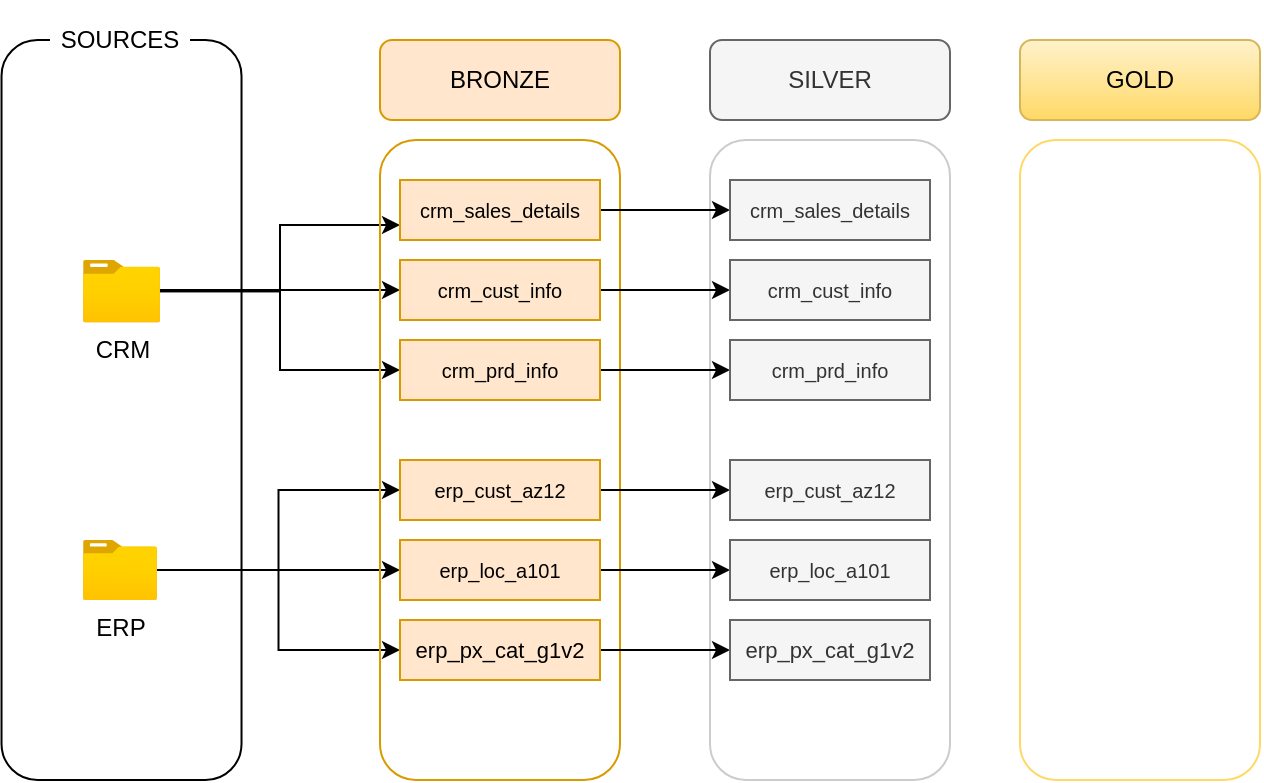
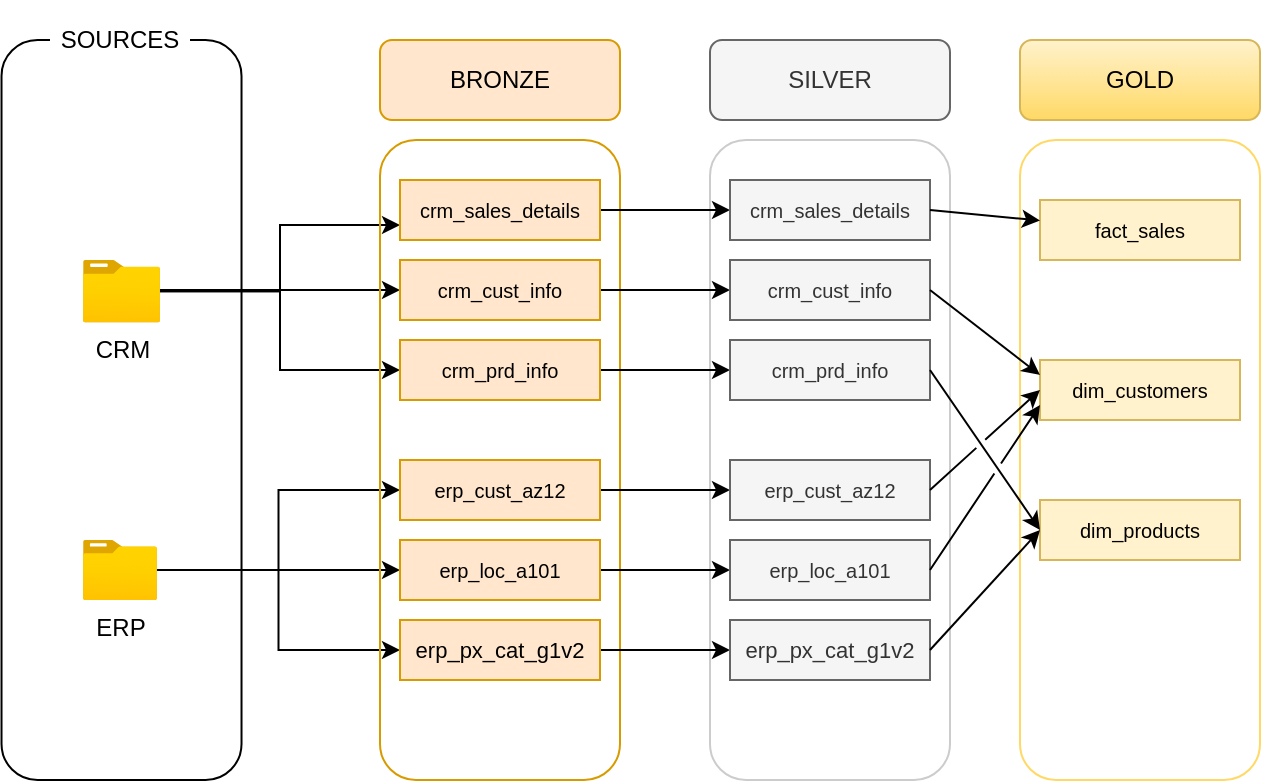
<mxfile host="app.diagrams.net">
  <diagram name="Page-1" id="FQAitrD9whs4-vIKLa4Y">
-     <mxGraphModel dx="858" dy="468" grid="1" gridSize="10" guides="1" tooltips="1" connect="1" arrows="1" fold="1" page="1" pageScale="1" pageWidth="850" pageHeight="1100" math="0" shadow="0">
+     <mxGraphModel dx="1030" dy="562" grid="1" gridSize="10" guides="1" tooltips="1" connect="1" arrows="1" fold="1" page="1" pageScale="1" pageWidth="850" pageHeight="1100" math="0" shadow="0">
      <root>
        <mxCell id="0" />
        <mxCell id="1" parent="0" />
        <mxCell id="8a7gbprku-J1HkdxZgn7-1" parent="1" style="rounded=1;whiteSpace=wrap;html=1;fillColor=none;gradientColor=none;" value="" vertex="1">
          <mxGeometry height="370" width="120" x="70.76" y="170" as="geometry" />
        </mxCell>
        <mxCell id="8a7gbprku-J1HkdxZgn7-2" parent="1" style="rounded=0;whiteSpace=wrap;html=1;strokeColor=none;fillColor=default;" value="SOURCES" vertex="1">
          <mxGeometry height="40" width="70" x="95" y="150" as="geometry" />
        </mxCell>
        <mxCell id="8a7gbprku-J1HkdxZgn7-19" edge="1" parent="1" source="8a7gbprku-J1HkdxZgn7-4" style="edgeStyle=orthogonalEdgeStyle;rounded=0;orthogonalLoop=1;jettySize=auto;html=1;entryX=0;entryY=0.5;entryDx=0;entryDy=0;" target="8a7gbprku-J1HkdxZgn7-14">
          <mxGeometry relative="1" as="geometry">
            <Array as="points">
              <mxPoint x="210" y="296" />
            </Array>
          </mxGeometry>
        </mxCell>
        <mxCell id="8a7gbprku-J1HkdxZgn7-20" edge="1" parent="1" source="8a7gbprku-J1HkdxZgn7-4" style="edgeStyle=orthogonalEdgeStyle;rounded=0;orthogonalLoop=1;jettySize=auto;html=1;entryX=0;entryY=0.75;entryDx=0;entryDy=0;" target="8a7gbprku-J1HkdxZgn7-13">
          <mxGeometry relative="1" as="geometry" />
        </mxCell>
        <mxCell id="8a7gbprku-J1HkdxZgn7-21" edge="1" parent="1" source="8a7gbprku-J1HkdxZgn7-4" style="edgeStyle=orthogonalEdgeStyle;rounded=0;orthogonalLoop=1;jettySize=auto;html=1;entryX=0;entryY=0.5;entryDx=0;entryDy=0;" target="8a7gbprku-J1HkdxZgn7-15">
          <mxGeometry relative="1" as="geometry" />
        </mxCell>
        <mxCell id="8a7gbprku-J1HkdxZgn7-4" parent="1" style="image;aspect=fixed;html=1;points=[];align=center;fontSize=12;image=img/lib/azure2/general/Folder_Blank.svg;" value="CRM" vertex="1">
          <mxGeometry height="31.23" width="38.48" x="111.52" y="280" as="geometry" />
        </mxCell>
        <mxCell id="8a7gbprku-J1HkdxZgn7-25" edge="1" parent="1" source="8a7gbprku-J1HkdxZgn7-5" style="edgeStyle=orthogonalEdgeStyle;rounded=0;orthogonalLoop=1;jettySize=auto;html=1;entryX=0;entryY=0.5;entryDx=0;entryDy=0;" target="8a7gbprku-J1HkdxZgn7-17">
          <mxGeometry relative="1" as="geometry" />
        </mxCell>
        <mxCell id="8a7gbprku-J1HkdxZgn7-26" edge="1" parent="1" source="8a7gbprku-J1HkdxZgn7-5" style="edgeStyle=orthogonalEdgeStyle;rounded=0;orthogonalLoop=1;jettySize=auto;html=1;entryX=0;entryY=0.5;entryDx=0;entryDy=0;" target="8a7gbprku-J1HkdxZgn7-16">
          <mxGeometry relative="1" as="geometry" />
        </mxCell>
        <mxCell id="8a7gbprku-J1HkdxZgn7-28" edge="1" parent="1" source="8a7gbprku-J1HkdxZgn7-5" style="edgeStyle=orthogonalEdgeStyle;rounded=0;orthogonalLoop=1;jettySize=auto;html=1;entryX=0;entryY=0.5;entryDx=0;entryDy=0;" target="8a7gbprku-J1HkdxZgn7-18">
          <mxGeometry relative="1" as="geometry" />
        </mxCell>
        <mxCell id="8a7gbprku-J1HkdxZgn7-5" parent="1" style="image;aspect=fixed;html=1;points=[];align=center;fontSize=12;image=img/lib/azure2/general/Folder_Blank.svg;" value="ERP" vertex="1">
          <mxGeometry height="30" width="36.96" x="111.52" y="420" as="geometry" />
        </mxCell>
        <mxCell id="8a7gbprku-J1HkdxZgn7-6" parent="1" style="rounded=1;whiteSpace=wrap;html=1;fillColor=none;strokeColor=#d79b00;" value="" vertex="1">
          <mxGeometry height="320" width="120" x="260" y="220" as="geometry" />
        </mxCell>
        <mxCell id="8a7gbprku-J1HkdxZgn7-8" parent="1" style="rounded=1;whiteSpace=wrap;html=1;fillColor=#ffe6cc;strokeColor=#d79b00;" value="BRONZE" vertex="1">
          <mxGeometry height="40" width="120" x="260" y="170" as="geometry" />
        </mxCell>
        <mxCell id="8a7gbprku-J1HkdxZgn7-9" parent="1" style="rounded=1;whiteSpace=wrap;html=1;fillColor=none;strokeColor=#CCCCCC;" value="" vertex="1">
          <mxGeometry height="320" width="120" x="425" y="220" as="geometry" />
        </mxCell>
        <mxCell id="8a7gbprku-J1HkdxZgn7-10" parent="1" style="rounded=1;whiteSpace=wrap;html=1;fillColor=#f5f5f5;strokeColor=#666666;fontColor=#333333;" value="SILVER" vertex="1">
          <mxGeometry height="40" width="120" x="425" y="170" as="geometry" />
        </mxCell>
        <mxCell id="8a7gbprku-J1HkdxZgn7-11" parent="1" style="rounded=1;whiteSpace=wrap;html=1;fillColor=none;strokeColor=#FFD966;" value="" vertex="1">
          <mxGeometry height="320" width="120" x="580" y="220" as="geometry" />
        </mxCell>
        <mxCell id="8a7gbprku-J1HkdxZgn7-12" parent="1" style="rounded=1;whiteSpace=wrap;html=1;fillColor=#fff2cc;strokeColor=#d6b656;gradientColor=#ffd966;" value="GOLD" vertex="1">
          <mxGeometry height="40" width="120" x="580" y="170" as="geometry" />
        </mxCell>
        <mxCell id="5b0is93rtEn5pvU01NwO-7" edge="1" parent="1" source="8a7gbprku-J1HkdxZgn7-13" style="edgeStyle=orthogonalEdgeStyle;rounded=0;orthogonalLoop=1;jettySize=auto;html=1;entryX=0;entryY=0.5;entryDx=0;entryDy=0;" target="5b0is93rtEn5pvU01NwO-1">
          <mxGeometry relative="1" as="geometry" />
        </mxCell>
        <mxCell id="8a7gbprku-J1HkdxZgn7-13" parent="1" style="rounded=0;whiteSpace=wrap;html=1;fillColor=#ffe6cc;strokeColor=#d79b00;" value="&lt;font style=&quot;font-size: 10px;&quot;&gt;crm_sales_details&lt;/font&gt;" vertex="1">
          <mxGeometry height="30" width="100" x="270" y="240" as="geometry" />
        </mxCell>
        <mxCell id="5b0is93rtEn5pvU01NwO-8" edge="1" parent="1" source="8a7gbprku-J1HkdxZgn7-14" style="edgeStyle=orthogonalEdgeStyle;rounded=0;orthogonalLoop=1;jettySize=auto;html=1;entryX=0;entryY=0.5;entryDx=0;entryDy=0;" target="5b0is93rtEn5pvU01NwO-2">
          <mxGeometry relative="1" as="geometry" />
        </mxCell>
        <mxCell id="8a7gbprku-J1HkdxZgn7-14" parent="1" style="rounded=0;whiteSpace=wrap;html=1;fillColor=#ffe6cc;strokeColor=#d79b00;" value="&lt;font style=&quot;font-size: 10px;&quot;&gt;crm_cust_info&lt;/font&gt;" vertex="1">
          <mxGeometry height="30" width="100" x="270" y="280" as="geometry" />
        </mxCell>
        <mxCell id="5b0is93rtEn5pvU01NwO-9" edge="1" parent="1" source="8a7gbprku-J1HkdxZgn7-15" style="edgeStyle=orthogonalEdgeStyle;rounded=0;orthogonalLoop=1;jettySize=auto;html=1;entryX=0;entryY=0.5;entryDx=0;entryDy=0;" target="5b0is93rtEn5pvU01NwO-3">
          <mxGeometry relative="1" as="geometry" />
        </mxCell>
        <mxCell id="8a7gbprku-J1HkdxZgn7-15" parent="1" style="rounded=0;whiteSpace=wrap;html=1;fillColor=#ffe6cc;strokeColor=#d79b00;" value="&lt;font style=&quot;font-size: 10px;&quot;&gt;crm_prd_info&lt;/font&gt;" vertex="1">
          <mxGeometry height="30" width="100" x="270" y="320" as="geometry" />
        </mxCell>
        <mxCell id="5b0is93rtEn5pvU01NwO-10" edge="1" parent="1" source="8a7gbprku-J1HkdxZgn7-16" style="edgeStyle=orthogonalEdgeStyle;rounded=0;orthogonalLoop=1;jettySize=auto;html=1;entryX=0;entryY=0.5;entryDx=0;entryDy=0;" target="5b0is93rtEn5pvU01NwO-4">
          <mxGeometry relative="1" as="geometry" />
        </mxCell>
        <mxCell id="8a7gbprku-J1HkdxZgn7-16" parent="1" style="rounded=0;whiteSpace=wrap;html=1;fillColor=#ffe6cc;strokeColor=#d79b00;" value="&lt;font style=&quot;font-size: 10px;&quot;&gt;erp_cust_az12&lt;/font&gt;" vertex="1">
          <mxGeometry height="30" width="100" x="270" y="380" as="geometry" />
        </mxCell>
        <mxCell id="5b0is93rtEn5pvU01NwO-11" edge="1" parent="1" source="8a7gbprku-J1HkdxZgn7-17" style="edgeStyle=orthogonalEdgeStyle;rounded=0;orthogonalLoop=1;jettySize=auto;html=1;entryX=0;entryY=0.5;entryDx=0;entryDy=0;" target="5b0is93rtEn5pvU01NwO-5">
          <mxGeometry relative="1" as="geometry" />
        </mxCell>
        <mxCell id="8a7gbprku-J1HkdxZgn7-17" parent="1" style="rounded=0;whiteSpace=wrap;html=1;fillColor=#ffe6cc;strokeColor=#d79b00;" value="&lt;font style=&quot;font-size: 10px;&quot;&gt;erp_loc_a101&lt;/font&gt;" vertex="1">
          <mxGeometry height="30" width="100" x="270" y="420" as="geometry" />
        </mxCell>
        <mxCell id="5b0is93rtEn5pvU01NwO-12" edge="1" parent="1" source="8a7gbprku-J1HkdxZgn7-18" style="edgeStyle=orthogonalEdgeStyle;rounded=0;orthogonalLoop=1;jettySize=auto;html=1;entryX=0;entryY=0.5;entryDx=0;entryDy=0;" target="5b0is93rtEn5pvU01NwO-6">
          <mxGeometry relative="1" as="geometry" />
        </mxCell>
        <mxCell id="8a7gbprku-J1HkdxZgn7-18" parent="1" style="rounded=0;whiteSpace=wrap;html=1;fillColor=#ffe6cc;strokeColor=#d79b00;" value="&lt;font style=&quot;font-size: 11px;&quot;&gt;erp_px_cat_g1v2&lt;/font&gt;" vertex="1">
          <mxGeometry height="30" width="100" x="270" y="460" as="geometry" />
        </mxCell>
        <mxCell id="5b0is93rtEn5pvU01NwO-1" parent="1" style="rounded=0;whiteSpace=wrap;html=1;fillColor=#f5f5f5;strokeColor=#666666;fontColor=#333333;" value="&lt;font style=&quot;font-size: 10px;&quot;&gt;crm_sales_details&lt;/font&gt;" vertex="1">
          <mxGeometry height="30" width="100" x="435" y="240" as="geometry" />
        </mxCell>
        <mxCell id="5b0is93rtEn5pvU01NwO-2" parent="1" style="rounded=0;whiteSpace=wrap;html=1;fillColor=#f5f5f5;strokeColor=#666666;fontColor=#333333;" value="&lt;font style=&quot;font-size: 10px;&quot;&gt;crm_cust_info&lt;/font&gt;" vertex="1">
          <mxGeometry height="30" width="100" x="435" y="280" as="geometry" />
        </mxCell>
        <mxCell id="5b0is93rtEn5pvU01NwO-3" parent="1" style="rounded=0;whiteSpace=wrap;html=1;fillColor=#f5f5f5;strokeColor=#666666;fontColor=#333333;" value="&lt;font style=&quot;font-size: 10px;&quot;&gt;crm_prd_info&lt;/font&gt;" vertex="1">
          <mxGeometry height="30" width="100" x="435" y="320" as="geometry" />
        </mxCell>
        <mxCell id="5b0is93rtEn5pvU01NwO-4" parent="1" style="rounded=0;whiteSpace=wrap;html=1;fillColor=#f5f5f5;strokeColor=#666666;fontColor=#333333;" value="&lt;font style=&quot;font-size: 10px;&quot;&gt;erp_cust_az12&lt;/font&gt;" vertex="1">
          <mxGeometry height="30" width="100" x="435" y="380" as="geometry" />
        </mxCell>
        <mxCell id="5b0is93rtEn5pvU01NwO-5" parent="1" style="rounded=0;whiteSpace=wrap;html=1;fillColor=#f5f5f5;strokeColor=#666666;fontColor=#333333;" value="&lt;font style=&quot;font-size: 10px;&quot;&gt;erp_loc_a101&lt;/font&gt;" vertex="1">
          <mxGeometry height="30" width="100" x="435" y="420" as="geometry" />
        </mxCell>
        <mxCell id="5b0is93rtEn5pvU01NwO-6" parent="1" style="rounded=0;whiteSpace=wrap;html=1;fillColor=#f5f5f5;strokeColor=#666666;fontColor=#333333;" value="&lt;font style=&quot;font-size: 11px;&quot;&gt;erp_px_cat_g1v2&lt;/font&gt;" vertex="1">
          <mxGeometry height="30" width="100" x="435" y="460" as="geometry" />
        </mxCell>
+         <mxCell id="X5Ljwlm64KPHeOvIAKn1-1" parent="1" style="rounded=0;whiteSpace=wrap;html=1;fillColor=#fff2cc;strokeColor=#d6b656;" value="&lt;font style=&quot;font-size: 10px;&quot;&gt;fact_sales&lt;/font&gt;" vertex="1">
+           <mxGeometry height="30" width="100" x="590" y="250" as="geometry" />
+         </mxCell>
+         <mxCell id="X5Ljwlm64KPHeOvIAKn1-2" parent="1" style="rounded=0;whiteSpace=wrap;html=1;fillColor=#fff2cc;strokeColor=#d6b656;" value="&lt;font style=&quot;font-size: 10px;&quot;&gt;dim_customers&lt;/font&gt;" vertex="1">
+           <mxGeometry height="30" width="100" x="590" y="330" as="geometry" />
+         </mxCell>
+         <mxCell id="X5Ljwlm64KPHeOvIAKn1-3" parent="1" style="rounded=0;whiteSpace=wrap;html=1;fillColor=#fff2cc;strokeColor=#d6b656;" value="&lt;font style=&quot;font-size: 10px;&quot;&gt;dim_products&lt;/font&gt;" vertex="1">
+           <mxGeometry height="30" width="100" x="590" y="400" as="geometry" />
+         </mxCell>
+         <mxCell id="X5Ljwlm64KPHeOvIAKn1-4" edge="1" parent="1" source="5b0is93rtEn5pvU01NwO-1" style="endArrow=classic;html=1;rounded=0;exitX=1;exitY=0.5;exitDx=0;exitDy=0;jumpStyle=gap;" target="X5Ljwlm64KPHeOvIAKn1-1" value="">
+           <mxGeometry height="50" relative="1" width="50" as="geometry">
+             <mxPoint x="400" y="320" as="sourcePoint" />
+             <mxPoint x="450" y="270" as="targetPoint" />
+           </mxGeometry>
+         </mxCell>
+         <mxCell id="X5Ljwlm64KPHeOvIAKn1-5" edge="1" parent="1" source="5b0is93rtEn5pvU01NwO-2" style="endArrow=classic;html=1;rounded=0;exitX=1;exitY=0.5;exitDx=0;exitDy=0;entryX=0;entryY=0.25;entryDx=0;entryDy=0;jumpStyle=gap;" target="X5Ljwlm64KPHeOvIAKn1-2" value="">
+           <mxGeometry height="50" relative="1" width="50" as="geometry">
+             <mxPoint x="560" y="300" as="sourcePoint" />
+             <mxPoint x="615" y="305" as="targetPoint" />
+           </mxGeometry>
+         </mxCell>
+         <mxCell id="X5Ljwlm64KPHeOvIAKn1-6" edge="1" parent="1" source="5b0is93rtEn5pvU01NwO-3" style="endArrow=classic;html=1;rounded=0;exitX=1;exitY=0.5;exitDx=0;exitDy=0;entryX=0;entryY=0.5;entryDx=0;entryDy=0;jumpStyle=gap;" target="X5Ljwlm64KPHeOvIAKn1-3" value="">
+           <mxGeometry height="50" relative="1" width="50" as="geometry">
+             <mxPoint x="560" y="350" as="sourcePoint" />
+             <mxPoint x="615" y="393" as="targetPoint" />
+           </mxGeometry>
+         </mxCell>
+         <mxCell id="X5Ljwlm64KPHeOvIAKn1-7" edge="1" parent="1" source="5b0is93rtEn5pvU01NwO-4" style="endArrow=classic;html=1;rounded=0;exitX=1;exitY=0.5;exitDx=0;exitDy=0;entryX=0;entryY=0.5;entryDx=0;entryDy=0;jumpStyle=gap;" target="X5Ljwlm64KPHeOvIAKn1-2" value="">
+           <mxGeometry height="50" relative="1" width="50" as="geometry">
+             <mxPoint x="550" y="400" as="sourcePoint" />
+             <mxPoint x="605" y="443" as="targetPoint" />
+           </mxGeometry>
+         </mxCell>
+         <mxCell id="X5Ljwlm64KPHeOvIAKn1-8" edge="1" parent="1" source="5b0is93rtEn5pvU01NwO-5" style="endArrow=classic;html=1;rounded=0;exitX=1;exitY=0.5;exitDx=0;exitDy=0;entryX=0;entryY=0.75;entryDx=0;entryDy=0;jumpStyle=gap;" target="X5Ljwlm64KPHeOvIAKn1-2" value="">
+           <mxGeometry height="50" relative="1" width="50" as="geometry">
+             <mxPoint x="560" y="430" as="sourcePoint" />
+             <mxPoint x="615" y="473" as="targetPoint" />
+           </mxGeometry>
+         </mxCell>
+         <mxCell id="X5Ljwlm64KPHeOvIAKn1-9" edge="1" parent="1" source="5b0is93rtEn5pvU01NwO-6" style="endArrow=classic;html=1;rounded=0;exitX=1;exitY=0.5;exitDx=0;exitDy=0;entryX=0;entryY=0.5;entryDx=0;entryDy=0;jumpStyle=gap;" target="X5Ljwlm64KPHeOvIAKn1-3" value="">
+           <mxGeometry height="50" relative="1" width="50" as="geometry">
+             <mxPoint x="560" y="470" as="sourcePoint" />
+             <mxPoint x="615" y="513" as="targetPoint" />
+           </mxGeometry>
+         </mxCell>
      </root>
    </mxGraphModel>
  </diagram>
</mxfile>
